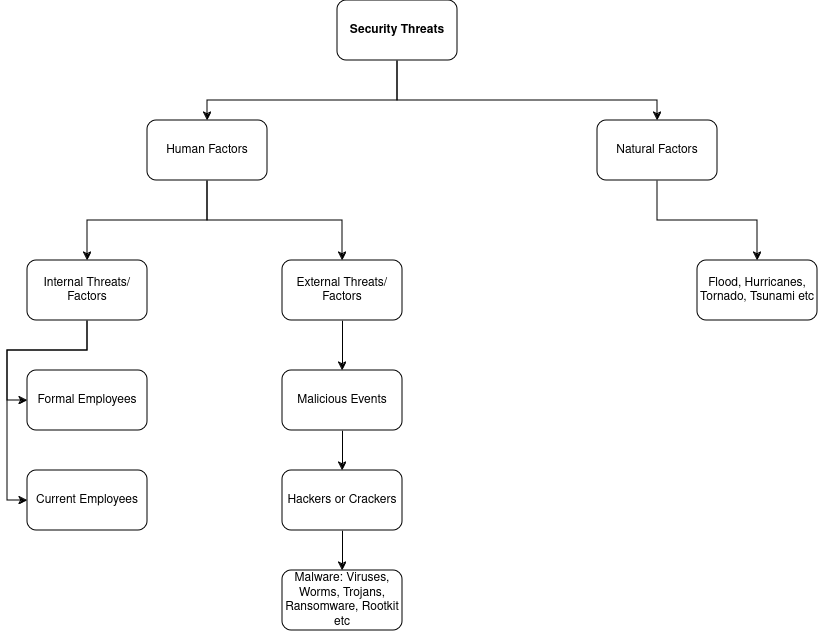
This is Security Threats.drawio.png from uhtred-X/Visuals, a draw.io export, as it was before one commit. Source tidied: cells renumbered, new cells last; positions are measured from the earlier drawing's top-left corner, leaving out a move shared by most shapes.
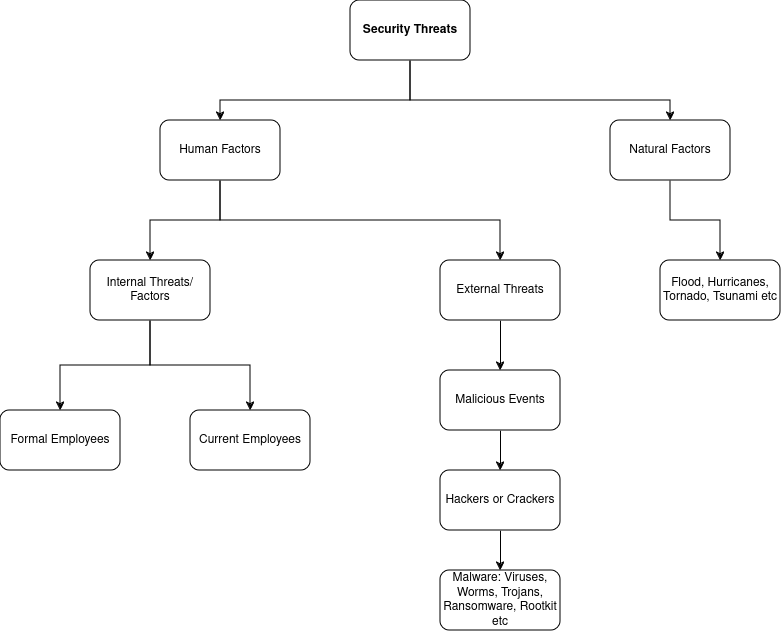
The same file after the commit.

Diff of the diagram source:
```diff
@@ -28,7 +28,7 @@
       <mxGeometry relative="1" as="geometry">
         <Array as="points">
           <mxPoint x="200" y="220" />
-          <mxPoint x="335" y="220" />
+          <mxPoint x="480" y="220" />
         </Array>
       </mxGeometry>
     </mxCell>
@@ -41,56 +41,44 @@
     <mxCell id="9" value="Natural Factors" style="rounded=1;whiteSpace=wrap;html=1;" parent="1" vertex="1">
       <mxGeometry x="590" y="120" width="120" height="60" as="geometry" />
     </mxCell>
-    <mxCell id="10" style="edgeStyle=orthogonalEdgeStyle;rounded=0;jettySize=auto;html=1;entryX=0;entryY=0.5;entryDx=0;entryDy=0;" parent="1" edge="1" source="12" target="16">
-      <mxGeometry relative="1" as="geometry">
-        <Array as="points">
-          <mxPoint x="80" y="350" />
-          <mxPoint y="350" />
-          <mxPoint y="400" />
-        </Array>
-      </mxGeometry>
+    <mxCell id="10" style="edgeStyle=orthogonalEdgeStyle;rounded=0;jettySize=auto;html=1;" parent="1" edge="1" source="12" target="16">
+      <mxGeometry relative="1" as="geometry" />
     </mxCell>
-    <mxCell id="11" style="edgeStyle=orthogonalEdgeStyle;rounded=0;jettySize=auto;html=1;entryX=0;entryY=0.5;entryDx=0;entryDy=0;" parent="1" edge="1" source="12" target="17">
-      <mxGeometry relative="1" as="geometry">
-        <Array as="points">
-          <mxPoint x="80" y="350" />
-          <mxPoint y="350" />
-          <mxPoint y="500" />
-        </Array>
-      </mxGeometry>
+    <mxCell id="11" style="edgeStyle=orthogonalEdgeStyle;rounded=0;jettySize=auto;html=1;entryX=0.5;entryY=0;entryDx=0;entryDy=0;" parent="1" edge="1" source="12" target="17">
+      <mxGeometry relative="1" as="geometry" />
     </mxCell>
     <mxCell id="12" value="Internal Threats/Factors" style="rounded=1;whiteSpace=wrap;html=1;" parent="1" vertex="1">
-      <mxGeometry x="20" y="260" width="120" height="60" as="geometry" />
+      <mxGeometry x="70" y="260" width="120" height="60" as="geometry" />
     </mxCell>
     <mxCell id="13" style="edgeStyle=orthogonalEdgeStyle;rounded=0;jettySize=auto;html=1;entryX=0.5;entryY=0;entryDx=0;entryDy=0;" parent="1" edge="1" source="14" target="19">
       <mxGeometry relative="1" as="geometry" />
     </mxCell>
-    <mxCell id="14" value="External Threats/Factors" style="rounded=1;whiteSpace=wrap;html=1;" parent="1" vertex="1">
-      <mxGeometry x="275" y="260" width="120" height="60" as="geometry" />
+    <mxCell id="14" value="External Threats" style="rounded=1;whiteSpace=wrap;html=1;" parent="1" vertex="1">
+      <mxGeometry x="420" y="260" width="120" height="60" as="geometry" />
     </mxCell>
     <mxCell id="15" value="Flood, Hurricanes, Tornado, Tsunami etc" style="rounded=1;whiteSpace=wrap;html=1;" parent="1" vertex="1">
-      <mxGeometry x="690" y="260" width="120" height="60" as="geometry" />
+      <mxGeometry x="640" y="260" width="120" height="60" as="geometry" />
     </mxCell>
     <mxCell id="16" value="Formal Employees" style="rounded=1;whiteSpace=wrap;html=1;" parent="1" vertex="1">
-      <mxGeometry x="20" y="370" width="120" height="60" as="geometry" />
+      <mxGeometry x="-20" y="410" width="120" height="60" as="geometry" />
     </mxCell>
     <mxCell id="17" value="Current Employees" style="rounded=1;whiteSpace=wrap;html=1;" parent="1" vertex="1">
-      <mxGeometry x="20" y="470" width="120" height="60" as="geometry" />
+      <mxGeometry x="170" y="410" width="120" height="60" as="geometry" />
     </mxCell>
     <mxCell id="18" style="edgeStyle=orthogonalEdgeStyle;rounded=0;jettySize=auto;html=1;" parent="1" edge="1" source="19" target="21">
       <mxGeometry relative="1" as="geometry" />
     </mxCell>
     <mxCell id="19" value="Malicious Events" style="rounded=1;whiteSpace=wrap;html=1;" parent="1" vertex="1">
-      <mxGeometry x="275" y="370" width="120" height="60" as="geometry" />
+      <mxGeometry x="420" y="370" width="120" height="60" as="geometry" />
     </mxCell>
     <mxCell id="20" style="edgeStyle=orthogonalEdgeStyle;rounded=0;jettySize=auto;html=1;entryX=0.5;entryY=0;entryDx=0;entryDy=0;" parent="1" edge="1" source="21" target="22">
       <mxGeometry relative="1" as="geometry" />
     </mxCell>
     <mxCell id="21" value="Hackers or Crackers" style="rounded=1;whiteSpace=wrap;html=1;" parent="1" vertex="1">
-      <mxGeometry x="275" y="470" width="120" height="60" as="geometry" />
+      <mxGeometry x="420" y="470" width="120" height="60" as="geometry" />
     </mxCell>
     <mxCell id="22" value="Malware: Viruses, Worms, Trojans, Ransomware, Rootkit etc" style="rounded=1;whiteSpace=wrap;html=1;" parent="1" vertex="1">
-      <mxGeometry x="275" y="570" width="120" height="60" as="geometry" />
+      <mxGeometry x="420" y="570" width="120" height="60" as="geometry" />
     </mxCell>
   </root>
 </mxGraphModel>
```
